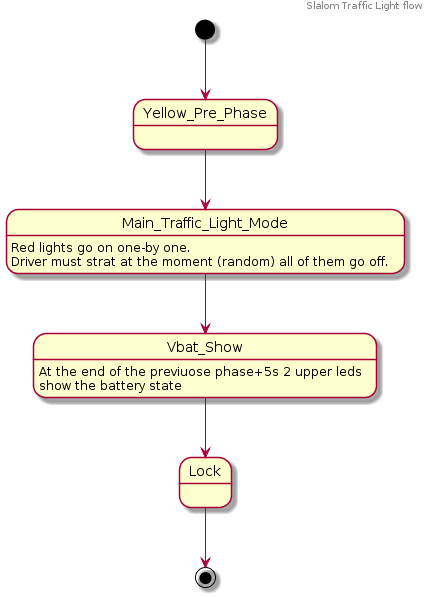
The PlantUML diagram doc/html/inline_umlgraph_4.png in mykhayloscherbak/pitstick, before a commit.
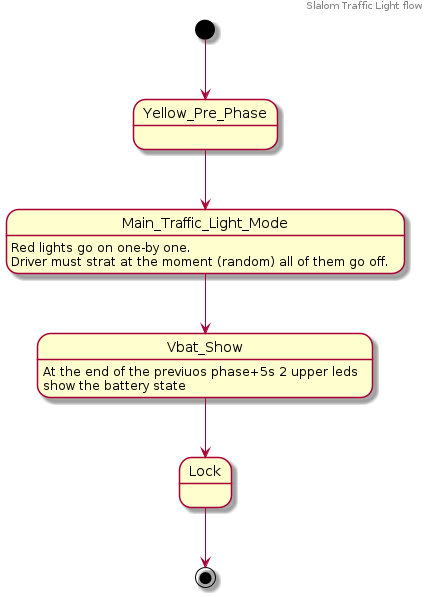
After the commit.

The edit, as a diff of the source:
```diff
@@ -1,4 +1,5 @@
 @startuml
+
 header
 Slalom Traffic Light flow
 endheader
@@ -6,7 +7,7 @@
 Yellow_Pre_Phase --> Main_Traffic_Light_Mode
 Main_Traffic_Light_Mode : Red lights go on one-by one.\nDriver must strat at the moment (random) all of them go off.
 Main_Traffic_Light_Mode --> Vbat_Show
-Vbat_Show : At the end of the previuose phase+5s 2 upper leds\nshow the battery state
+Vbat_Show : At the end of the previuos phase+5s 2 upper leds\nshow the battery state
 Vbat_Show --> Lock
 Lock --> [*]
 @enduml
```
